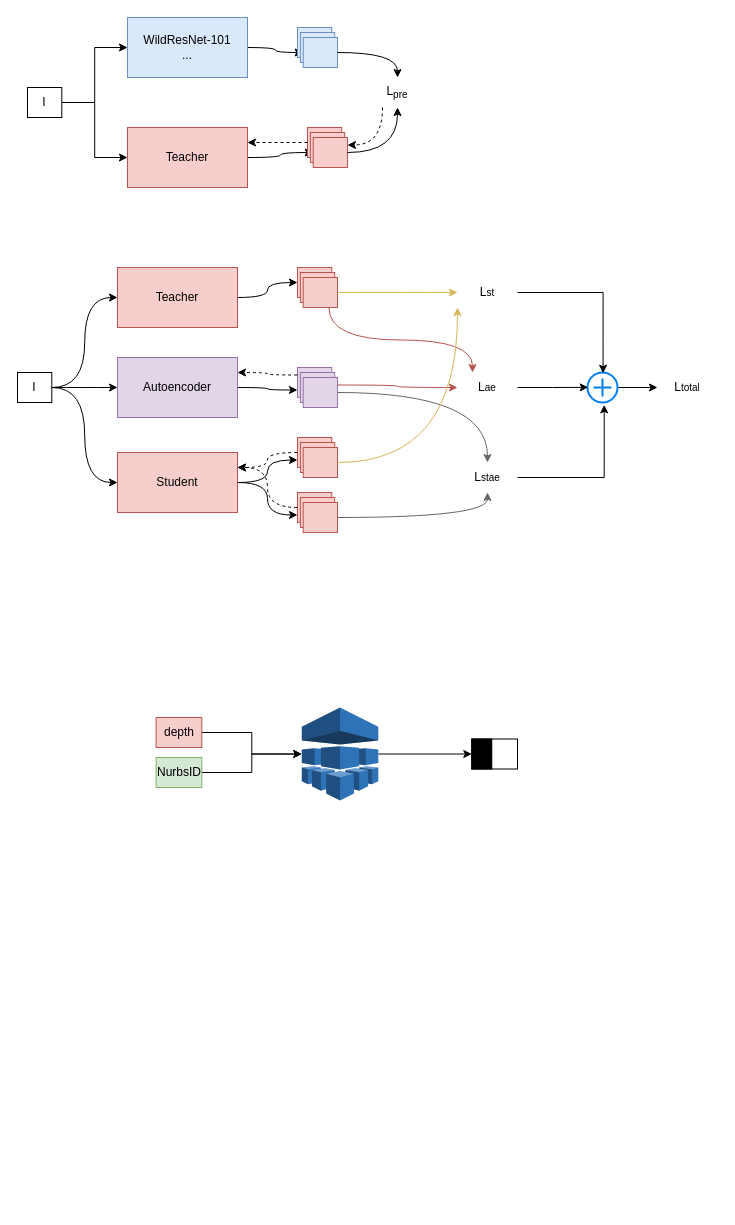
Above: weekly240716.drawio in spaceboy202105/img (draw.io), before the change. Source tidied: cells renumbered, new cells numbered last; positions are measured from the earlier drawing's top-left corner, leaving out a move shared by most shapes. Both pictures are drawn from the tidied source at 100%, with x=0, y=0 at pixel (17, 17).
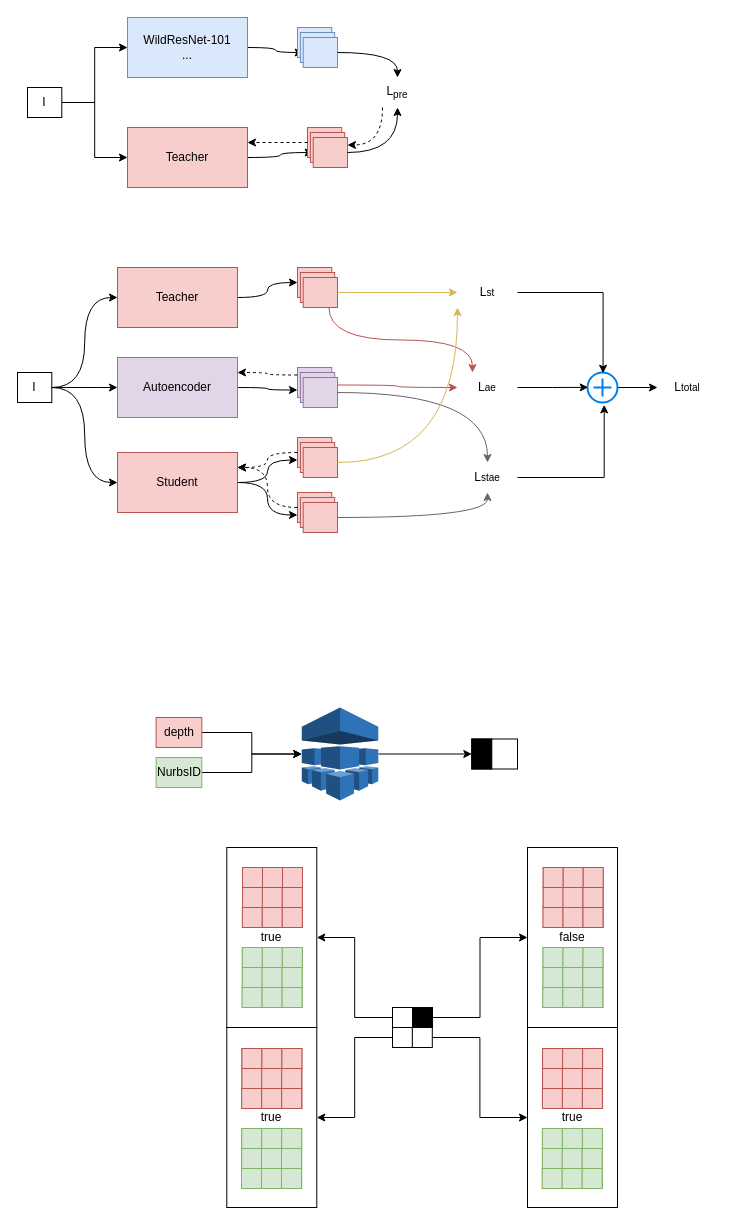
After the change.

What changed in the source:
```diff
@@
+    <mxCell id="75" style="edgeStyle=orthogonalEdgeStyle;rounded=0;jettySize=auto;html=1;exitX=0;exitY=0.5;exitDx=0;exitDy=0;entryX=1;entryY=0.5;entryDx=0;entryDy=0;" parent="1" edge="1" source="76" target="123">
+      <mxGeometry relative="1" as="geometry" />
+    </mxCell>
+    <mxCell id="76" style="rounded=0;whiteSpace=wrap;html=1;" parent="1" vertex="1">
+      <mxGeometry x="375" y="990" width="20" height="20" as="geometry" />
+    </mxCell>
+    <mxCell id="77" style="edgeStyle=orthogonalEdgeStyle;rounded=0;jettySize=auto;html=1;" parent="1" edge="1" source="78" target="165">
+      <mxGeometry relative="1" as="geometry" />
+    </mxCell>
+    <mxCell id="78" style="rounded=0;whiteSpace=wrap;html=1;fillColor=#000000;" parent="1" vertex="1">
+      <mxGeometry x="395" y="990" width="20" height="20" as="geometry" />
+    </mxCell>
+    <mxCell id="79" style="edgeStyle=orthogonalEdgeStyle;rounded=0;jettySize=auto;html=1;exitX=0;exitY=0.5;exitDx=0;exitDy=0;entryX=1;entryY=0.5;entryDx=0;entryDy=0;" parent="1" edge="1" source="80" target="124">
+      <mxGeometry relative="1" as="geometry" />
+    </mxCell>
+    <mxCell id="80" style="rounded=0;whiteSpace=wrap;html=1;" parent="1" vertex="1">
+      <mxGeometry x="375" y="1010" width="20" height="20" as="geometry" />
+    </mxCell>
+    <mxCell id="81" style="edgeStyle=orthogonalEdgeStyle;rounded=0;jettySize=auto;html=1;exitX=1;exitY=0.5;exitDx=0;exitDy=0;" parent="1" edge="1" source="82" target="166">
+      <mxGeometry relative="1" as="geometry" />
+    </mxCell>
+    <mxCell id="82" style="rounded=0;whiteSpace=wrap;html=1;" parent="1" vertex="1">
+      <mxGeometry x="394.8" y="1010" width="20" height="20" as="geometry" />
+    </mxCell>
+    <mxCell id="83" style="rounded=0;whiteSpace=wrap;html=1;fillColor=#f8cecc;strokeColor=#b85450;" parent="1" vertex="1">
+      <mxGeometry x="225" y="850" width="60" height="60" as="geometry" />
+    </mxCell>
+    <mxCell id="84" style="rounded=0;whiteSpace=wrap;html=1;fillColor=#f8cecc;strokeColor=#b85450;" parent="1" vertex="1">
+      <mxGeometry x="225" y="850" width="20" height="20" as="geometry" />
+    </mxCell>
+    <mxCell id="85" style="rounded=0;whiteSpace=wrap;html=1;fillColor=#f8cecc;strokeColor=#b85450;" parent="1" vertex="1">
+      <mxGeometry x="245" y="850" width="20" height="20" as="geometry" />
+    </mxCell>
+    <mxCell id="86" style="rounded=0;whiteSpace=wrap;html=1;fillColor=#f8cecc;strokeColor=#b85450;" parent="1" vertex="1">
+      <mxGeometry x="265" y="850" width="20" height="20" as="geometry" />
+    </mxCell>
+    <mxCell id="87" style="rounded=0;whiteSpace=wrap;html=1;fillColor=#f8cecc;strokeColor=#b85450;" parent="1" vertex="1">
+      <mxGeometry x="225" y="870" width="20" height="20" as="geometry" />
+    </mxCell>
+    <mxCell id="88" style="rounded=0;whiteSpace=wrap;html=1;fillColor=#f8cecc;strokeColor=#b85450;" parent="1" vertex="1">
+      <mxGeometry x="244.8" y="870" width="20" height="20" as="geometry" />
+    </mxCell>
+    <mxCell id="89" style="rounded=0;whiteSpace=wrap;html=1;fillColor=#f8cecc;strokeColor=#b85450;" parent="1" vertex="1">
+      <mxGeometry x="264.8" y="870" width="20" height="20" as="geometry" />
+    </mxCell>
+    <mxCell id="90" style="rounded=0;whiteSpace=wrap;html=1;fillColor=#f8cecc;strokeColor=#b85450;" parent="1" vertex="1">
+      <mxGeometry x="224.8" y="890" width="20" height="20" as="geometry" />
+    </mxCell>
+    <mxCell id="91" style="rounded=0;whiteSpace=wrap;html=1;fillColor=#f8cecc;strokeColor=#b85450;" parent="1" vertex="1">
+      <mxGeometry x="244.8" y="890" width="20" height="20" as="geometry" />
+    </mxCell>
+    <mxCell id="92" style="rounded=0;whiteSpace=wrap;html=1;fillColor=#f8cecc;strokeColor=#b85450;" parent="1" vertex="1">
+      <mxGeometry x="264.8" y="890" width="20" height="20" as="geometry" />
+    </mxCell>
+    <mxCell id="93" style="rounded=0;whiteSpace=wrap;html=1;fillColor=#d5e8d4;strokeColor=#82b366;" parent="1" vertex="1">
+      <mxGeometry x="224.8" y="930" width="60" height="60" as="geometry" />
+    </mxCell>
+    <mxCell id="94" style="rounded=0;whiteSpace=wrap;html=1;fillColor=#d5e8d4;strokeColor=#82b366;" parent="1" vertex="1">
+      <mxGeometry x="224.8" y="930" width="20" height="20" as="geometry" />
+    </mxCell>
+    <mxCell id="95" style="rounded=0;whiteSpace=wrap;html=1;fillColor=#d5e8d4;strokeColor=#82b366;" parent="1" vertex="1">
+      <mxGeometry x="244.8" y="930" width="20" height="20" as="geometry" />
+    </mxCell>
+    <mxCell id="96" style="rounded=0;whiteSpace=wrap;html=1;fillColor=#d5e8d4;strokeColor=#82b366;" parent="1" vertex="1">
+      <mxGeometry x="264.8" y="930" width="20" height="20" as="geometry" />
+    </mxCell>
+    <mxCell id="97" style="rounded=0;whiteSpace=wrap;html=1;fillColor=#d5e8d4;strokeColor=#82b366;" parent="1" vertex="1">
+      <mxGeometry x="224.8" y="950" width="20" height="20" as="geometry" />
+    </mxCell>
+    <mxCell id="98" style="rounded=0;whiteSpace=wrap;html=1;fillColor=#d5e8d4;strokeColor=#82b366;" parent="1" vertex="1">
+      <mxGeometry x="244.6" y="950" width="20" height="20" as="geometry" />
+    </mxCell>
+    <mxCell id="99" style="rounded=0;whiteSpace=wrap;html=1;fillColor=#d5e8d4;strokeColor=#82b366;" parent="1" vertex="1">
+      <mxGeometry x="264.6" y="950" width="20" height="20" as="geometry" />
+    </mxCell>
+    <mxCell id="100" style="rounded=0;whiteSpace=wrap;html=1;fillColor=#d5e8d4;strokeColor=#82b366;" parent="1" vertex="1">
+      <mxGeometry x="224.6" y="970" width="20" height="20" as="geometry" />
+    </mxCell>
+    <mxCell id="101" style="rounded=0;whiteSpace=wrap;html=1;fillColor=#d5e8d4;strokeColor=#82b366;" parent="1" vertex="1">
+      <mxGeometry x="244.6" y="970" width="20" height="20" as="geometry" />
+    </mxCell>
+    <mxCell id="102" style="rounded=0;whiteSpace=wrap;html=1;fillColor=#d5e8d4;strokeColor=#82b366;" parent="1" vertex="1">
+      <mxGeometry x="264.6" y="970" width="20" height="20" as="geometry" />
+    </mxCell>
+    <mxCell id="103" style="rounded=0;whiteSpace=wrap;html=1;fillColor=#f8cecc;strokeColor=#b85450;" parent="1" vertex="1">
+      <mxGeometry x="224.4" y="1031" width="60" height="60" as="geometry" />
+    </mxCell>
+    <mxCell id="104" style="rounded=0;whiteSpace=wrap;html=1;fillColor=#f8cecc;strokeColor=#b85450;" parent="1" vertex="1">
+      <mxGeometry x="224.4" y="1031" width="20" height="20" as="geometry" />
+    </mxCell>
+    <mxCell id="105" style="rounded=0;whiteSpace=wrap;html=1;fillColor=#f8cecc;strokeColor=#b85450;" parent="1" vertex="1">
+      <mxGeometry x="244.4" y="1031" width="20" height="20" as="geometry" />
+    </mxCell>
+    <mxCell id="106" style="rounded=0;whiteSpace=wrap;html=1;fillColor=#f8cecc;strokeColor=#b85450;" parent="1" vertex="1">
+      <mxGeometry x="264.4" y="1031" width="20" height="20" as="geometry" />
+    </mxCell>
+    <mxCell id="107" style="rounded=0;whiteSpace=wrap;html=1;fillColor=#f8cecc;strokeColor=#b85450;" parent="1" vertex="1">
+      <mxGeometry x="224.4" y="1051" width="20" height="20" as="geometry" />
+    </mxCell>
+    <mxCell id="108" style="rounded=0;whiteSpace=wrap;html=1;fillColor=#f8cecc;strokeColor=#b85450;" parent="1" vertex="1">
+      <mxGeometry x="244.2" y="1051" width="20" height="20" as="geometry" />
+    </mxCell>
+    <mxCell id="109" style="rounded=0;whiteSpace=wrap;html=1;fillColor=#f8cecc;strokeColor=#b85450;" parent="1" vertex="1">
+      <mxGeometry x="264.2" y="1051" width="20" height="20" as="geometry" />
+    </mxCell>
+    <mxCell id="110" style="rounded=0;whiteSpace=wrap;html=1;fillColor=#f8cecc;strokeColor=#b85450;" parent="1" vertex="1">
+      <mxGeometry x="224.2" y="1071" width="20" height="20" as="geometry" />
+    </mxCell>
+    <mxCell id="111" style="rounded=0;whiteSpace=wrap;html=1;fillColor=#f8cecc;strokeColor=#b85450;" parent="1" vertex="1">
+      <mxGeometry x="244.2" y="1071" width="20" height="20" as="geometry" />
+    </mxCell>
+    <mxCell id="112" style="rounded=0;whiteSpace=wrap;html=1;fillColor=#f8cecc;strokeColor=#b85450;" parent="1" vertex="1">
+      <mxGeometry x="264.2" y="1071" width="20" height="20" as="geometry" />
+    </mxCell>
+    <mxCell id="113" style="rounded=0;whiteSpace=wrap;html=1;fillColor=#d5e8d4;strokeColor=#82b366;" parent="1" vertex="1">
+      <mxGeometry x="224.2" y="1111" width="60" height="60" as="geometry" />
+    </mxCell>
+    <mxCell id="114" style="rounded=0;whiteSpace=wrap;html=1;fillColor=#d5e8d4;strokeColor=#82b366;" parent="1" vertex="1">
+      <mxGeometry x="224.2" y="1111" width="20" height="20" as="geometry" />
+    </mxCell>
+    <mxCell id="115" style="rounded=0;whiteSpace=wrap;html=1;fillColor=#d5e8d4;strokeColor=#82b366;" parent="1" vertex="1">
+      <mxGeometry x="244.2" y="1111" width="20" height="20" as="geometry" />
+    </mxCell>
+    <mxCell id="116" style="rounded=0;whiteSpace=wrap;html=1;fillColor=#d5e8d4;strokeColor=#82b366;" parent="1" vertex="1">
+      <mxGeometry x="264.2" y="1111" width="20" height="20" as="geometry" />
+    </mxCell>
+    <mxCell id="117" style="rounded=0;whiteSpace=wrap;html=1;fillColor=#d5e8d4;strokeColor=#82b366;" parent="1" vertex="1">
+      <mxGeometry x="224.2" y="1131" width="20" height="20" as="geometry" />
+    </mxCell>
+    <mxCell id="118" style="rounded=0;whiteSpace=wrap;html=1;fillColor=#d5e8d4;strokeColor=#82b366;" parent="1" vertex="1">
+      <mxGeometry x="244" y="1131" width="20" height="20" as="geometry" />
+    </mxCell>
+    <mxCell id="119" style="rounded=0;whiteSpace=wrap;html=1;fillColor=#d5e8d4;strokeColor=#82b366;" parent="1" vertex="1">
+      <mxGeometry x="264" y="1131" width="20" height="20" as="geometry" />
+    </mxCell>
+    <mxCell id="120" style="rounded=0;whiteSpace=wrap;html=1;fillColor=#d5e8d4;strokeColor=#82b366;" parent="1" vertex="1">
+      <mxGeometry x="224" y="1151" width="20" height="20" as="geometry" />
+    </mxCell>
+    <mxCell id="121" style="rounded=0;whiteSpace=wrap;html=1;fillColor=#d5e8d4;strokeColor=#82b366;" parent="1" vertex="1">
+      <mxGeometry x="244" y="1151" width="20" height="20" as="geometry" />
+    </mxCell>
+    <mxCell id="122" style="rounded=0;whiteSpace=wrap;html=1;fillColor=#d5e8d4;strokeColor=#82b366;" parent="1" vertex="1">
+      <mxGeometry x="264" y="1151" width="20" height="20" as="geometry" />
+    </mxCell>
+    <mxCell id="123" value="true" style="rounded=0;whiteSpace=wrap;html=1;fillColor=none;" parent="1" vertex="1">
+      <mxGeometry x="209.3" y="830" width="90" height="180" as="geometry" />
+    </mxCell>
+    <mxCell id="124" value="true" style="rounded=0;whiteSpace=wrap;html=1;fillColor=none;" parent="1" vertex="1">
+      <mxGeometry x="209.3" y="1010" width="90" height="180" as="geometry" />
+    </mxCell>
+    <mxCell id="125" style="rounded=0;whiteSpace=wrap;html=1;fillColor=#f8cecc;strokeColor=#b85450;" parent="1" vertex="1">
+      <mxGeometry x="525.7" y="850" width="60" height="60" as="geometry" />
+    </mxCell>
+    <mxCell id="126" style="rounded=0;whiteSpace=wrap;html=1;fillColor=#f8cecc;strokeColor=#b85450;" parent="1" vertex="1">
+      <mxGeometry x="525.7" y="850" width="20" height="20" as="geometry" />
+    </mxCell>
+    <mxCell id="127" style="rounded=0;whiteSpace=wrap;html=1;fillColor=#f8cecc;strokeColor=#b85450;" parent="1" vertex="1">
+      <mxGeometry x="545.7" y="850" width="20" height="20" as="geometry" />
+    </mxCell>
+    <mxCell id="128" style="rounded=0;whiteSpace=wrap;html=1;fillColor=#f8cecc;strokeColor=#b85450;" parent="1" vertex="1">
+      <mxGeometry x="565.7" y="850" width="20" height="20" as="geometry" />
+    </mxCell>
+    <mxCell id="129" style="rounded=0;whiteSpace=wrap;html=1;fillColor=#f8cecc;strokeColor=#b85450;" parent="1" vertex="1">
+      <mxGeometry x="525.7" y="870" width="20" height="20" as="geometry" />
+    </mxCell>
+    <mxCell id="130" style="rounded=0;whiteSpace=wrap;html=1;fillColor=#f8cecc;strokeColor=#b85450;" parent="1" vertex="1">
+      <mxGeometry x="545.5" y="870" width="20" height="20" as="geometry" />
+    </mxCell>
+    <mxCell id="131" style="rounded=0;whiteSpace=wrap;html=1;fillColor=#f8cecc;strokeColor=#b85450;" parent="1" vertex="1">
+      <mxGeometry x="565.5" y="870" width="20" height="20" as="geometry" />
+    </mxCell>
+    <mxCell id="132" style="rounded=0;whiteSpace=wrap;html=1;fillColor=#f8cecc;strokeColor=#b85450;" parent="1" vertex="1">
+      <mxGeometry x="525.5" y="890" width="20" height="20" as="geometry" />
+    </mxCell>
+    <mxCell id="133" style="rounded=0;whiteSpace=wrap;html=1;fillColor=#f8cecc;strokeColor=#b85450;" parent="1" vertex="1">
+      <mxGeometry x="545.5" y="890" width="20" height="20" as="geometry" />
+    </mxCell>
+    <mxCell id="134" style="rounded=0;whiteSpace=wrap;html=1;fillColor=#f8cecc;strokeColor=#b85450;" parent="1" vertex="1">
+      <mxGeometry x="565.5" y="890" width="20" height="20" as="geometry" />
+    </mxCell>
+    <mxCell id="135" style="rounded=0;whiteSpace=wrap;html=1;fillColor=#d5e8d4;strokeColor=#82b366;" parent="1" vertex="1">
+      <mxGeometry x="525.5" y="930" width="60" height="60" as="geometry" />
+    </mxCell>
+    <mxCell id="136" style="rounded=0;whiteSpace=wrap;html=1;fillColor=#d5e8d4;strokeColor=#82b366;" parent="1" vertex="1">
+      <mxGeometry x="525.5" y="930" width="20" height="20" as="geometry" />
+    </mxCell>
+    <mxCell id="137" style="rounded=0;whiteSpace=wrap;html=1;fillColor=#d5e8d4;strokeColor=#82b366;" parent="1" vertex="1">
+      <mxGeometry x="545.5" y="930" width="20" height="20" as="geometry" />
+    </mxCell>
+    <mxCell id="138" style="rounded=0;whiteSpace=wrap;html=1;fillColor=#d5e8d4;strokeColor=#82b366;" parent="1" vertex="1">
+      <mxGeometry x="565.5" y="930" width="20" height="20" as="geometry" />
+    </mxCell>
+    <mxCell id="139" style="rounded=0;whiteSpace=wrap;html=1;fillColor=#d5e8d4;strokeColor=#82b366;" parent="1" vertex="1">
+      <mxGeometry x="525.5" y="950" width="20" height="20" as="geometry" />
+    </mxCell>
+    <mxCell id="140" style="rounded=0;whiteSpace=wrap;html=1;fillColor=#d5e8d4;strokeColor=#82b366;" parent="1" vertex="1">
+      <mxGeometry x="545.3" y="950" width="20" height="20" as="geometry" />
+    </mxCell>
+    <mxCell id="141" style="rounded=0;whiteSpace=wrap;html=1;fillColor=#d5e8d4;strokeColor=#82b366;" parent="1" vertex="1">
+      <mxGeometry x="565.3" y="950" width="20" height="20" as="geometry" />
+    </mxCell>
+    <mxCell id="142" style="rounded=0;whiteSpace=wrap;html=1;fillColor=#d5e8d4;strokeColor=#82b366;" parent="1" vertex="1">
+      <mxGeometry x="525.3" y="970" width="20" height="20" as="geometry" />
+    </mxCell>
+    <mxCell id="143" style="rounded=0;whiteSpace=wrap;html=1;fillColor=#d5e8d4;strokeColor=#82b366;" parent="1" vertex="1">
+      <mxGeometry x="545.3" y="970" width="20" height="20" as="geometry" />
+    </mxCell>
+    <mxCell id="144" style="rounded=0;whiteSpace=wrap;html=1;fillColor=#d5e8d4;strokeColor=#82b366;" parent="1" vertex="1">
+      <mxGeometry x="565.3" y="970" width="20" height="20" as="geometry" />
+    </mxCell>
+    <mxCell id="145" style="rounded=0;whiteSpace=wrap;html=1;fillColor=#f8cecc;strokeColor=#b85450;" parent="1" vertex="1">
+      <mxGeometry x="525.1" y="1031" width="60" height="60" as="geometry" />
+    </mxCell>
+    <mxCell id="146" style="rounded=0;whiteSpace=wrap;html=1;fillColor=#f8cecc;strokeColor=#b85450;" parent="1" vertex="1">
+      <mxGeometry x="525.1" y="1031" width="20" height="20" as="geometry" />
+    </mxCell>
+    <mxCell id="147" style="rounded=0;whiteSpace=wrap;html=1;fillColor=#f8cecc;strokeColor=#b85450;" parent="1" vertex="1">
+      <mxGeometry x="545.1" y="1031" width="20" height="20" as="geometry" />
+    </mxCell>
+    <mxCell id="148" style="rounded=0;whiteSpace=wrap;html=1;fillColor=#f8cecc;strokeColor=#b85450;" parent="1" vertex="1">
+      <mxGeometry x="565.1" y="1031" width="20" height="20" as="geometry" />
+    </mxCell>
+    <mxCell id="149" style="rounded=0;whiteSpace=wrap;html=1;fillColor=#f8cecc;strokeColor=#b85450;" parent="1" vertex="1">
+      <mxGeometry x="525.1" y="1051" width="20" height="20" as="geometry" />
+    </mxCell>
+    <mxCell id="150" style="rounded=0;whiteSpace=wrap;html=1;fillColor=#f8cecc;strokeColor=#b85450;" parent="1" vertex="1">
+      <mxGeometry x="544.9" y="1051" width="20" height="20" as="geometry" />
+    </mxCell>
+    <mxCell id="151" style="rounded=0;whiteSpace=wrap;html=1;fillColor=#f8cecc;strokeColor=#b85450;" parent="1" vertex="1">
+      <mxGeometry x="564.9" y="1051" width="20" height="20" as="geometry" />
+    </mxCell>
+    <mxCell id="152" style="rounded=0;whiteSpace=wrap;html=1;fillColor=#f8cecc;strokeColor=#b85450;" parent="1" vertex="1">
+      <mxGeometry x="524.9" y="1071" width="20" height="20" as="geometry" />
+    </mxCell>
+    <mxCell id="153" style="rounded=0;whiteSpace=wrap;html=1;fillColor=#f8cecc;strokeColor=#b85450;" parent="1" vertex="1">
+      <mxGeometry x="544.9" y="1071" width="20" height="20" as="geometry" />
+    </mxCell>
+    <mxCell id="154" style="rounded=0;whiteSpace=wrap;html=1;fillColor=#f8cecc;strokeColor=#b85450;" parent="1" vertex="1">
+      <mxGeometry x="564.9" y="1071" width="20" height="20" as="geometry" />
+    </mxCell>
+    <mxCell id="155" style="rounded=0;whiteSpace=wrap;html=1;fillColor=#d5e8d4;strokeColor=#82b366;" parent="1" vertex="1">
+      <mxGeometry x="524.9" y="1111" width="60" height="60" as="geometry" />
+    </mxCell>
+    <mxCell id="156" style="rounded=0;whiteSpace=wrap;html=1;fillColor=#d5e8d4;strokeColor=#82b366;" parent="1" vertex="1">
+      <mxGeometry x="524.9" y="1111" width="20" height="20" as="geometry" />
+    </mxCell>
+    <mxCell id="157" style="rounded=0;whiteSpace=wrap;html=1;fillColor=#d5e8d4;strokeColor=#82b366;" parent="1" vertex="1">
+      <mxGeometry x="544.9" y="1111" width="20" height="20" as="geometry" />
+    </mxCell>
+    <mxCell id="158" style="rounded=0;whiteSpace=wrap;html=1;fillColor=#d5e8d4;strokeColor=#82b366;" parent="1" vertex="1">
+      <mxGeometry x="564.9" y="1111" width="20" height="20" as="geometry" />
+    </mxCell>
+    <mxCell id="159" style="rounded=0;whiteSpace=wrap;html=1;fillColor=#d5e8d4;strokeColor=#82b366;" parent="1" vertex="1">
+      <mxGeometry x="524.9" y="1131" width="20" height="20" as="geometry" />
+    </mxCell>
+    <mxCell id="160" style="rounded=0;whiteSpace=wrap;html=1;fillColor=#d5e8d4;strokeColor=#82b366;" parent="1" vertex="1">
+      <mxGeometry x="544.7" y="1131" width="20" height="20" as="geometry" />
+    </mxCell>
+    <mxCell id="161" style="rounded=0;whiteSpace=wrap;html=1;fillColor=#d5e8d4;strokeColor=#82b366;" parent="1" vertex="1">
+      <mxGeometry x="564.7" y="1131" width="20" height="20" as="geometry" />
+    </mxCell>
+    <mxCell id="162" style="rounded=0;whiteSpace=wrap;html=1;fillColor=#d5e8d4;strokeColor=#82b366;" parent="1" vertex="1">
+      <mxGeometry x="524.7" y="1151" width="20" height="20" as="geometry" />
+    </mxCell>
+    <mxCell id="163" style="rounded=0;whiteSpace=wrap;html=1;fillColor=#d5e8d4;strokeColor=#82b366;" parent="1" vertex="1">
+      <mxGeometry x="544.7" y="1151" width="20" height="20" as="geometry" />
+    </mxCell>
+    <mxCell id="164" style="rounded=0;whiteSpace=wrap;html=1;fillColor=#d5e8d4;strokeColor=#82b366;" parent="1" vertex="1">
+      <mxGeometry x="564.7" y="1151" width="20" height="20" as="geometry" />
+    </mxCell>
+    <mxCell id="165" value="false" style="rounded=0;whiteSpace=wrap;html=1;fillColor=none;" parent="1" vertex="1">
+      <mxGeometry x="510" y="830" width="90" height="180" as="geometry" />
+    </mxCell>
+    <mxCell id="166" value="true" style="rounded=0;whiteSpace=wrap;html=1;fillColor=none;" parent="1" vertex="1">
+      <mxGeometry x="510" y="1010" width="90" height="180" as="geometry" />
+    </mxCell>
```
